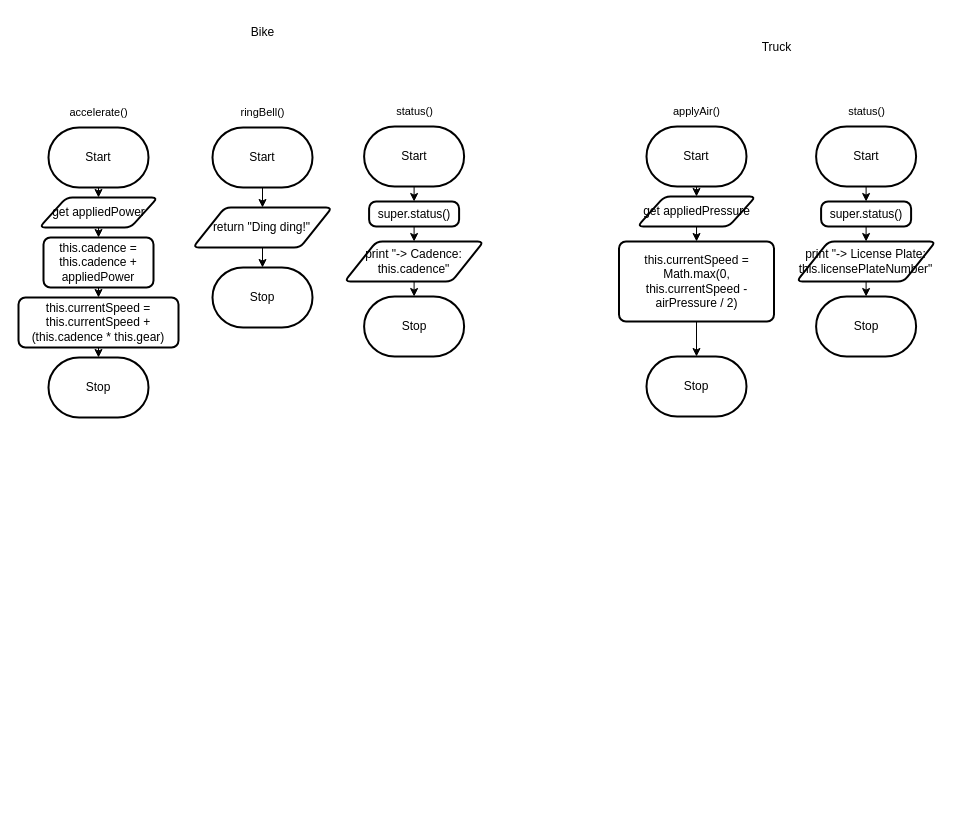
This is page "Page-1" (1 of 2) of 2-7/design/flowchart1.drawio from jakub-malhotra/ICS4U-Unit-2, a draw.io file, before an edit. Source tidied: cells renumbered, new cells numbered last; positions are measured from the earlier drawing's top-left corner, leaving out a move shared by most shapes. Both pictures are drawn from the tidied source at 100%, with x=0, y=0 at pixel (18, 17).
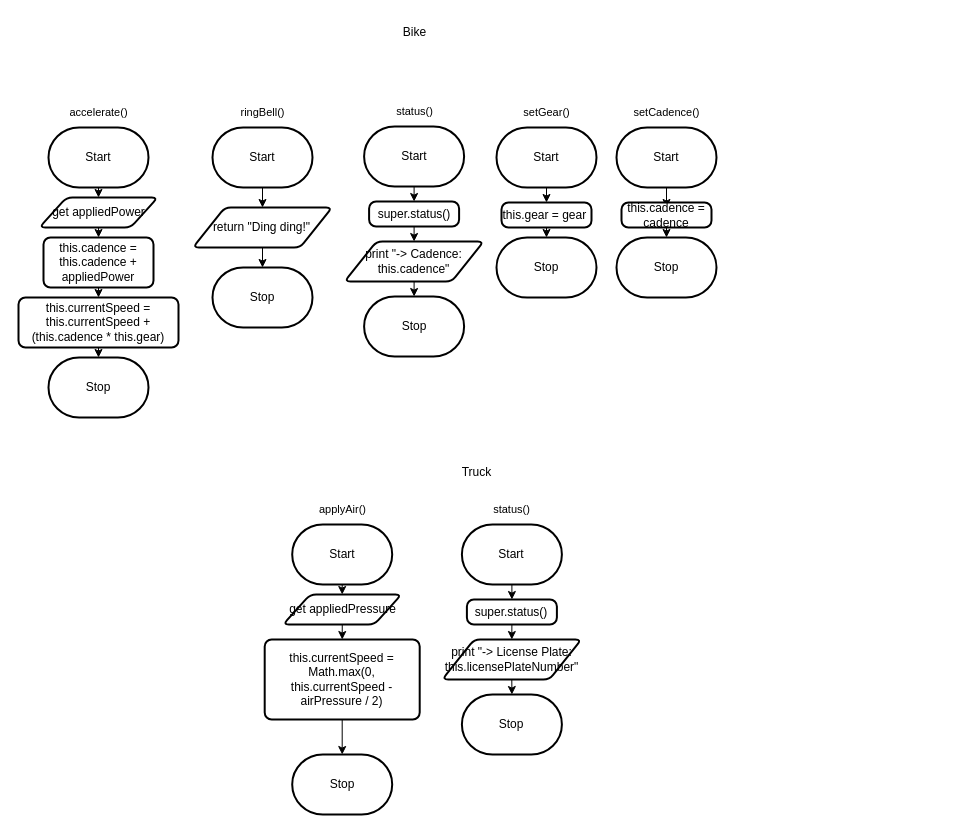
Above is the later version.

Diff of the diagram source:
```diff
@@
     <mxCell id="26" value="Bike" style="text;html=1;align=center;verticalAlign=middle;strokeColor=none;fillColor=none;" parent="1" vertex="1">
-      <mxGeometry x="219" width="50" height="30" as="geometry" />
+      <mxGeometry x="370.6" width="50" height="30" as="geometry" />
     </mxCell>
@@
     <mxCell id="28" value="Start" style="strokeWidth=2;html=1;shape=mxgraph.flowchart.terminator;whiteSpace=wrap;" parent="1" vertex="1">
-      <mxGeometry x="628" y="109" width="100" height="60" as="geometry" />
+      <mxGeometry x="273.7" y="507" width="100" height="60" as="geometry" />
     </mxCell>
     <mxCell id="29" value="Stop" style="strokeWidth=2;html=1;shape=mxgraph.flowchart.terminator;whiteSpace=wrap;" parent="1" vertex="1">
-      <mxGeometry x="628" y="339" width="100" height="60" as="geometry" />
+      <mxGeometry x="273.7" y="737" width="100" height="60" as="geometry" />
     </mxCell>
@@
     <mxCell id="31" value="get&amp;nbsp;appliedPressure" style="shape=parallelogram;html=1;strokeWidth=2;perimeter=parallelogramPerimeter;whiteSpace=wrap;rounded=1;arcSize=12;size=0.23;" parent="1" vertex="1">
-      <mxGeometry x="618.8" y="179" width="118.5" height="30" as="geometry" />
+      <mxGeometry x="264.5" y="577" width="118.5" height="30" as="geometry" />
     </mxCell>
     <mxCell id="32" value="applyAir()" style="text;html=1;align=center;verticalAlign=middle;strokeColor=none;fillColor=none;fontSize=11;fontFamily=Helvetica;fontColor=default;" parent="1" vertex="1">
-      <mxGeometry x="643" y="79" width="70" height="30" as="geometry" />
+      <mxGeometry x="288.7" y="477" width="70" height="30" as="geometry" />
     </mxCell>
@@
     <mxCell id="34" value="this.currentSpeed = Math.max(0, this.currentSpeed - airPressure / 2)" style="rounded=1;whiteSpace=wrap;html=1;absoluteArcSize=1;arcSize=14;strokeWidth=2;" parent="1" vertex="1">
-      <mxGeometry x="600.5" y="224" width="155" height="80" as="geometry" />
+      <mxGeometry x="246.2" y="622" width="155" height="80" as="geometry" />
     </mxCell>
@@
     <mxCell id="36" value="Start" style="strokeWidth=2;html=1;shape=mxgraph.flowchart.terminator;whiteSpace=wrap;" parent="1" vertex="1">
-      <mxGeometry x="797.6" y="109" width="100" height="60" as="geometry" />
+      <mxGeometry x="443.4" y="507" width="100" height="60" as="geometry" />
     </mxCell>
     <mxCell id="37" value="Stop" style="strokeWidth=2;html=1;shape=mxgraph.flowchart.terminator;whiteSpace=wrap;" parent="1" vertex="1">
-      <mxGeometry x="797.6" y="279" width="100" height="60" as="geometry" />
+      <mxGeometry x="443.4" y="677" width="100" height="60" as="geometry" />
     </mxCell>
@@
     <mxCell id="39" value="print &quot;-&amp;gt; License Plate: this.licensePlateNumber&quot;" style="shape=parallelogram;html=1;strokeWidth=2;perimeter=parallelogramPerimeter;whiteSpace=wrap;rounded=1;arcSize=12;size=0.23;" parent="1" vertex="1">
-      <mxGeometry x="778" y="224" width="139.2" height="40" as="geometry" />
+      <mxGeometry x="423.7" y="622" width="139.2" height="40" as="geometry" />
     </mxCell>
     <mxCell id="40" value="status()" style="text;html=1;align=center;verticalAlign=middle;strokeColor=none;fillColor=none;fontSize=11;fontFamily=Helvetica;fontColor=default;" parent="1" vertex="1">
-      <mxGeometry x="817.6" y="79" width="60" height="30" as="geometry" />
+      <mxGeometry x="463.3" y="477" width="60" height="30" as="geometry" />
     </mxCell>
@@
     <mxCell id="42" value="super.status()" style="rounded=1;whiteSpace=wrap;html=1;absoluteArcSize=1;arcSize=14;strokeWidth=2;" parent="1" vertex="1">
-      <mxGeometry x="802.6" y="184" width="90" height="25" as="geometry" />
+      <mxGeometry x="448.4" y="582" width="90" height="25" as="geometry" />
     </mxCell>
     <mxCell id="43" value="Truck" style="text;html=1;align=center;verticalAlign=middle;strokeColor=none;fillColor=none;" parent="1" vertex="1">
-      <mxGeometry x="733" y="15" width="50" height="30" as="geometry" />
+      <mxGeometry x="433" y="440" width="50" height="30" as="geometry" />
     </mxCell>
+    <mxCell id="44" style="edgeStyle=none;html=1;exitX=0.5;exitY=1;exitDx=0;exitDy=0;exitPerimeter=0;entryX=0.5;entryY=0;entryDx=0;entryDy=0;" parent="1" edge="1" source="45" target="49">
+      <mxGeometry relative="1" as="geometry" />
+    </mxCell>
+    <mxCell id="45" value="Start" style="strokeWidth=2;html=1;shape=mxgraph.flowchart.terminator;whiteSpace=wrap;" parent="1" vertex="1">
+      <mxGeometry x="478" y="110" width="100" height="60" as="geometry" />
+    </mxCell>
+    <mxCell id="46" value="Stop" style="strokeWidth=2;html=1;shape=mxgraph.flowchart.terminator;whiteSpace=wrap;" parent="1" vertex="1">
+      <mxGeometry x="478" y="220" width="100" height="60" as="geometry" />
+    </mxCell>
+    <mxCell id="47" value="setGear()" style="text;html=1;align=center;verticalAlign=middle;strokeColor=none;fillColor=none;fontSize=11;fontFamily=Helvetica;fontColor=default;" parent="1" vertex="1">
+      <mxGeometry x="493" y="80" width="70" height="30" as="geometry" />
+    </mxCell>
+    <mxCell id="48" style="edgeStyle=none;html=1;exitX=0.5;exitY=1;exitDx=0;exitDy=0;entryX=0.5;entryY=0;entryDx=0;entryDy=0;entryPerimeter=0;" parent="1" edge="1" source="49" target="46">
+      <mxGeometry relative="1" as="geometry" />
+    </mxCell>
+    <mxCell id="49" value="this.gear = gear&amp;nbsp;" style="rounded=1;whiteSpace=wrap;html=1;absoluteArcSize=1;arcSize=14;strokeWidth=2;" parent="1" vertex="1">
+      <mxGeometry x="483" y="185" width="90" height="25" as="geometry" />
+    </mxCell>
+    <mxCell id="50" style="edgeStyle=none;html=1;exitX=0.5;exitY=1;exitDx=0;exitDy=0;exitPerimeter=0;" parent="1" edge="1" source="51">
+      <mxGeometry relative="1" as="geometry">
+        <mxPoint x="648" y="190" as="targetPoint" />
+      </mxGeometry>
+    </mxCell>
+    <mxCell id="51" value="Start" style="strokeWidth=2;html=1;shape=mxgraph.flowchart.terminator;whiteSpace=wrap;" parent="1" vertex="1">
+      <mxGeometry x="598" y="110" width="100" height="60" as="geometry" />
+    </mxCell>
+    <mxCell id="52" value="Stop" style="strokeWidth=2;html=1;shape=mxgraph.flowchart.terminator;whiteSpace=wrap;" parent="1" vertex="1">
+      <mxGeometry x="598" y="220" width="100" height="60" as="geometry" />
+    </mxCell>
+    <mxCell id="53" value="setCadence()" style="text;html=1;align=center;verticalAlign=middle;strokeColor=none;fillColor=none;fontSize=11;fontFamily=Helvetica;fontColor=default;" parent="1" vertex="1">
+      <mxGeometry x="603" y="80" width="90" height="30" as="geometry" />
+    </mxCell>
+    <mxCell id="54" style="edgeStyle=none;html=1;exitX=0.5;exitY=1;exitDx=0;exitDy=0;entryX=0.5;entryY=0;entryDx=0;entryDy=0;entryPerimeter=0;" parent="1" edge="1" source="55" target="52">
+      <mxGeometry relative="1" as="geometry" />
+    </mxCell>
+    <mxCell id="55" value="this.cadence = cadence" style="rounded=1;whiteSpace=wrap;html=1;absoluteArcSize=1;arcSize=14;strokeWidth=2;" parent="1" vertex="1">
+      <mxGeometry x="603" y="185" width="90" height="25" as="geometry" />
+    </mxCell>
```
